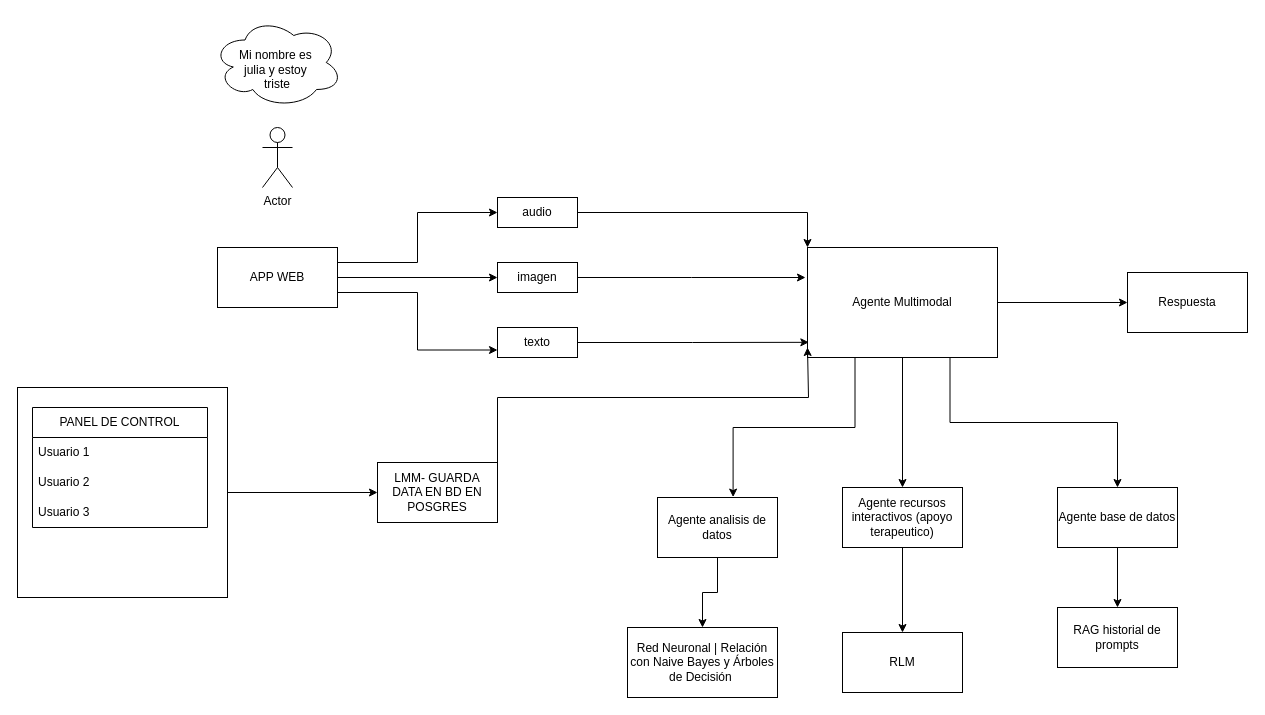
Before: Diagrama sin título.drawio in LIZGRICAS/Almabot, a draw.io diagram. Source tidied: cells renumbered, new cells numbered last; positions are measured from the earlier drawing's top-left corner, leaving out a move shared by most shapes. Both pictures are drawn from the tidied source at 100%, with x=0, y=0 at pixel (17, 17).
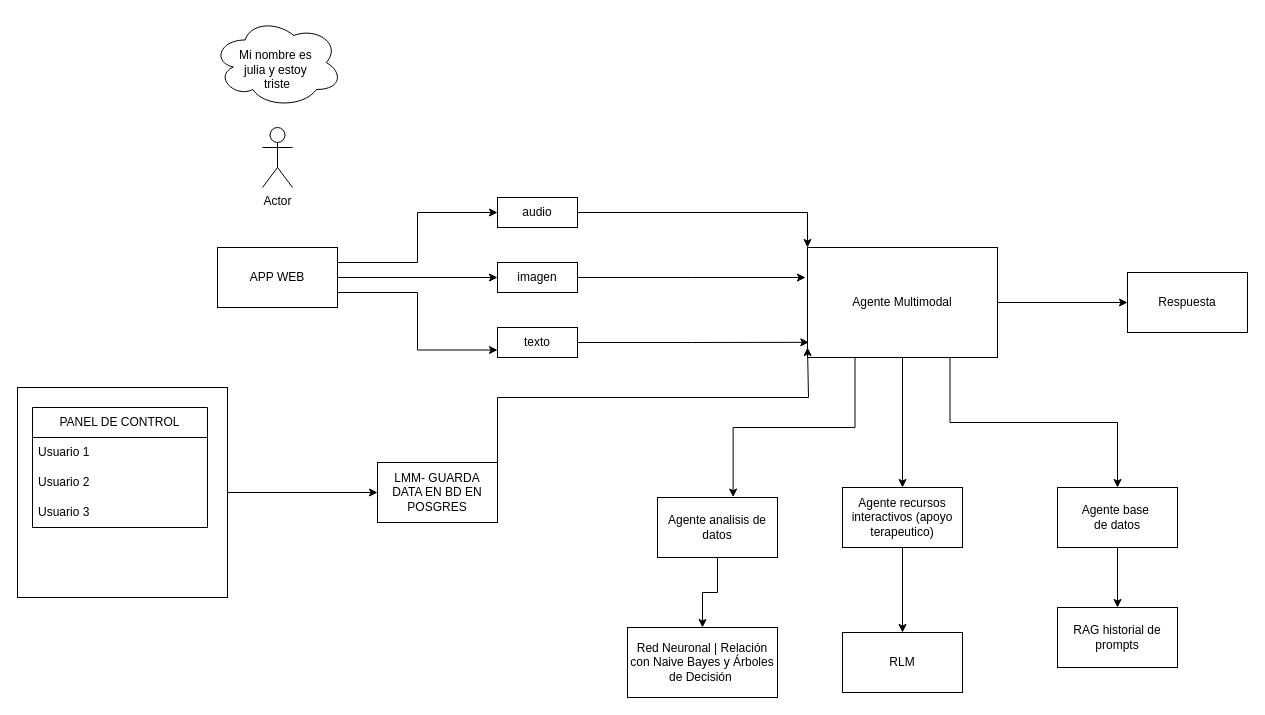
The same diagram, later.

The edit, as a diff of the source:
```diff
@@
-    <mxCell id="11" value="Agente base de datos" style="rounded=0;whiteSpace=wrap;html=1;" parent="1" vertex="1">
+    <mxCell id="11" value="Agente base&amp;nbsp;&lt;div&gt;de datos&lt;/div&gt;" style="rounded=0;whiteSpace=wrap;html=1;" parent="1" vertex="1">
       <mxGeometry x="1040" y="470" width="120" height="60" as="geometry" />
     </mxCell>
```
